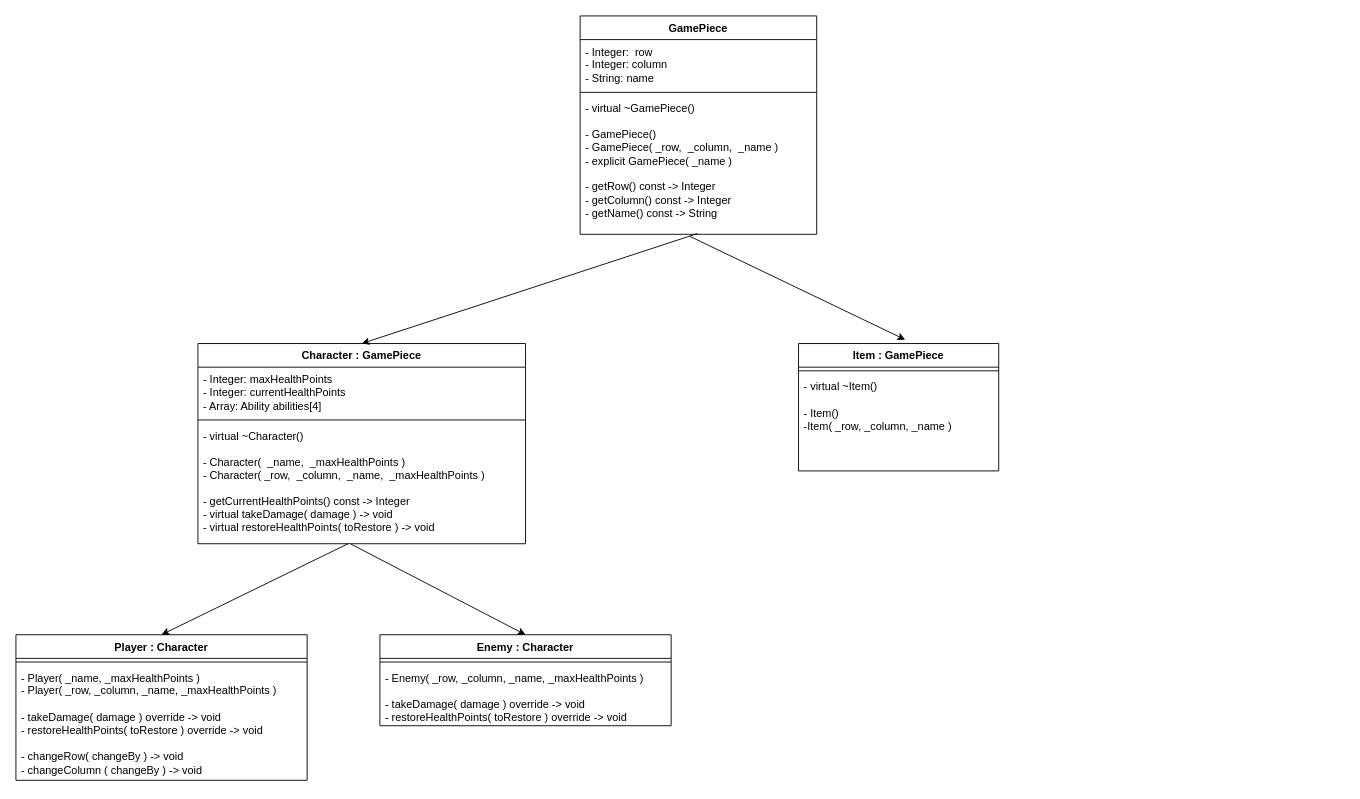
The draw.io diagram cli_game.drawio in klovelace21/cli_game, before the edit. Source tidied: cells renumbered, new cells numbered last; positions are measured from the earlier drawing's top-left corner, leaving out a move shared by most shapes. Both pictures are drawn from the tidied source at 91%, with x=0, y=0 at pixel (15, 15).
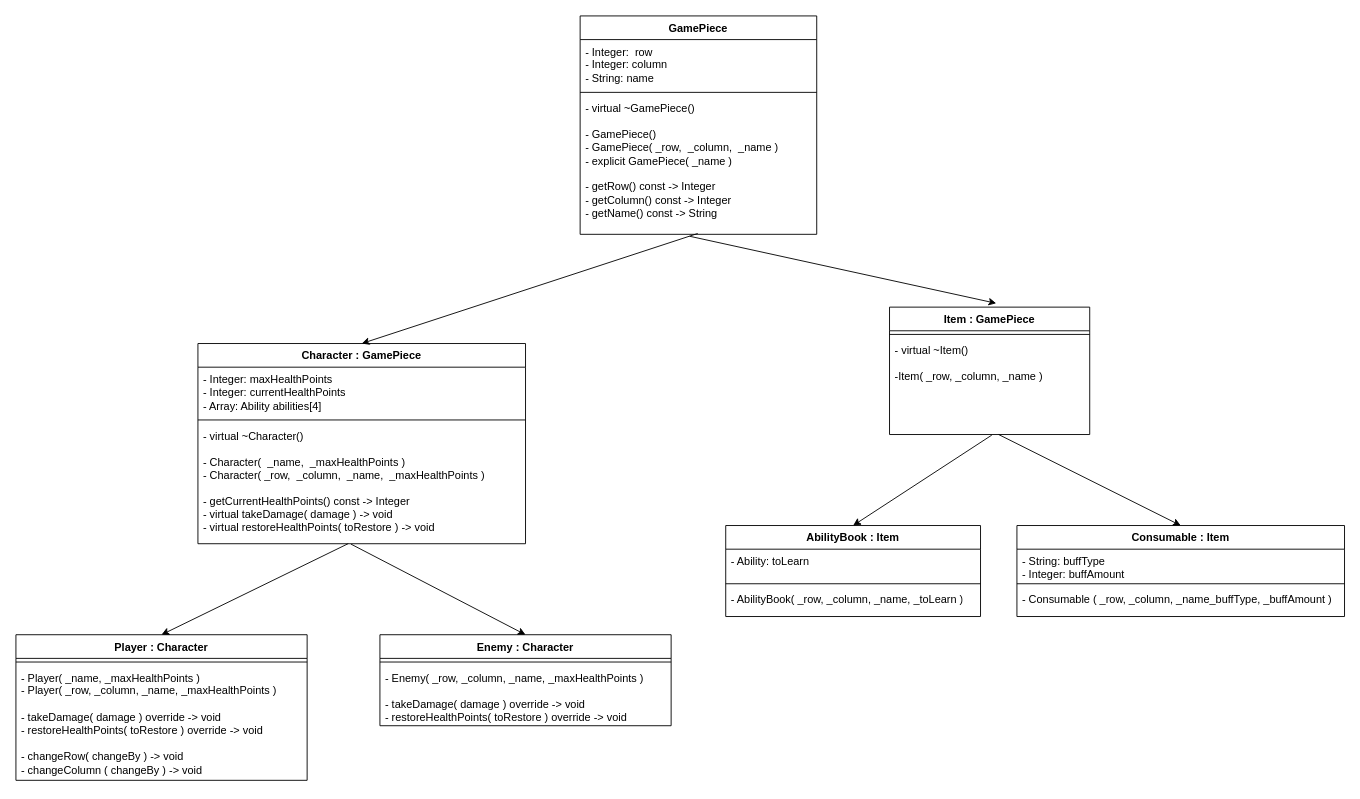
Above is the later version.

Commit message (it also covers changes not shown here):
AbilityBook / Consumable diagramming

Diff of the diagram source:
```diff
@@
     <mxCell id="19" value="Item : GamePiece" style="swimlane;fontStyle=1;align=center;verticalAlign=top;horizontal=1;startSize=26;whiteSpace=wrap;html=1;" parent="1" vertex="1">
-      <mxGeometry x="860" y="360" width="220" height="140" as="geometry" />
+      <mxGeometry x="960" y="320" width="220" height="140" as="geometry" />
     </mxCell>
@@
-    <mxCell id="21" value="- virtual ~Item()&lt;br&gt;&lt;br&gt;- Item()&lt;br&gt;-Item( _row, _column, _name )" style="text;strokeColor=none;fillColor=none;align=left;verticalAlign=top;spacingLeft=4;spacingRight=4;overflow=hidden;points=[[0,0.5],[1,0.5]];portConstraint=eastwest;whiteSpace=wrap;html=1;" parent="19" vertex="1">
+    <mxCell id="21" value="- virtual ~Item()&lt;br&gt;&lt;br&gt;-Item( _row, _column, _name )" style="text;strokeColor=none;fillColor=none;align=left;verticalAlign=top;spacingLeft=4;spacingRight=4;overflow=hidden;points=[[0,0.5],[1,0.5]];portConstraint=eastwest;whiteSpace=wrap;html=1;" parent="19" vertex="1">
       <mxGeometry y="34" width="220" height="106" as="geometry" />
     </mxCell>
@@
+    <mxCell id="23" value="AbilityBook : Item" style="swimlane;fontStyle=1;align=center;verticalAlign=top;horizontal=1;startSize=26;whiteSpace=wrap;html=1;" parent="1" vertex="1">
+      <mxGeometry x="780" y="560" width="280" height="100" as="geometry" />
+    </mxCell>
+    <mxCell id="24" value="- Ability: toLearn" style="text;strokeColor=none;fillColor=none;align=left;verticalAlign=top;spacingLeft=4;spacingRight=4;overflow=hidden;whiteSpace=wrap;html=1;" parent="23" vertex="1">
+      <mxGeometry y="26" width="280" height="34" as="geometry" />
+    </mxCell>
+    <mxCell id="25" style="line;strokeWidth=1;fillColor=none;align=left;verticalAlign=middle;spacingTop=-1;spacingLeft=3;spacingRight=3;labelPosition=right;strokeColor=inherit;" parent="23" vertex="1">
+      <mxGeometry y="60" width="280" height="8" as="geometry" />
+    </mxCell>
+    <mxCell id="26" value="- AbilityBook( _row, _column, _name, _toLearn )" style="text;strokeColor=none;fillColor=none;align=left;verticalAlign=top;spacingLeft=4;spacingRight=4;overflow=hidden;whiteSpace=wrap;html=1;" parent="23" vertex="1">
+      <mxGeometry y="68" width="280" height="32" as="geometry" />
+    </mxCell>
+    <mxCell id="27" value="Consumable : Item" style="swimlane;fontStyle=1;align=center;verticalAlign=top;horizontal=1;startSize=26;whiteSpace=wrap;html=1;" parent="1" vertex="1">
+      <mxGeometry x="1100" y="560" width="360" height="100" as="geometry" />
+    </mxCell>
+    <mxCell id="28" value="- String: buffType&lt;br&gt;- Integer: buffAmount" style="text;strokeColor=none;fillColor=none;align=left;verticalAlign=top;spacingLeft=4;spacingRight=4;overflow=hidden;whiteSpace=wrap;html=1;" parent="27" vertex="1">
+      <mxGeometry y="26" width="360" height="34" as="geometry" />
+    </mxCell>
+    <mxCell id="29" style="line;strokeWidth=1;fillColor=none;align=left;verticalAlign=middle;spacingTop=-1;spacingLeft=3;spacingRight=3;labelPosition=right;strokeColor=inherit;" parent="27" vertex="1">
+      <mxGeometry y="60" width="360" height="8" as="geometry" />
+    </mxCell>
+    <mxCell id="30" value="- Consumable ( _row, _column, _name_buffType, _buffAmount )" style="text;strokeColor=none;fillColor=none;align=left;verticalAlign=top;spacingLeft=4;spacingRight=4;overflow=hidden;whiteSpace=wrap;html=1;" parent="27" vertex="1">
+      <mxGeometry y="68" width="360" height="32" as="geometry" />
+    </mxCell>
+    <mxCell id="31" style="endArrow=classic;html=1;rounded=0;entryX=0.5;entryY=0;entryDx=0;entryDy=0;exitX=0.511;exitY=1.006;exitDx=0;exitDy=0;exitPerimeter=0;" parent="1" edge="1" source="21" target="23">
+      <mxGeometry relative="1" as="geometry" />
+    </mxCell>
+    <mxCell id="32" style="endArrow=classic;html=1;rounded=0;entryX=0.5;entryY=0;entryDx=0;entryDy=0;exitX=0.545;exitY=1;exitDx=0;exitDy=0;exitPerimeter=0;" parent="1" edge="1" source="21" target="27">
+      <mxGeometry relative="1" as="geometry" />
+    </mxCell>
```
